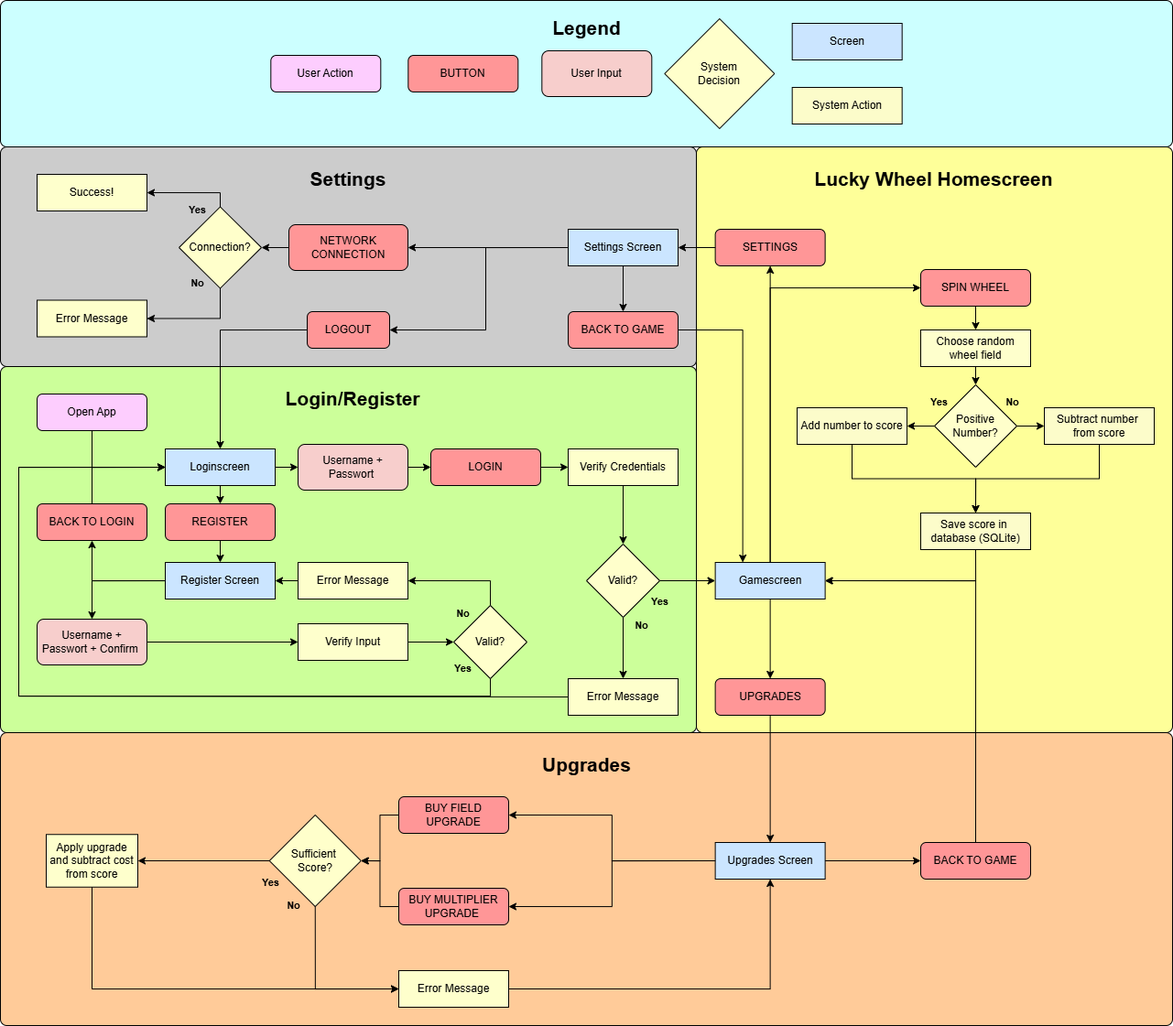
This is Final_Ablaufdiagramm_Glücksrad.png from SCREWYT/Gluecksrad, a draw.io export, as it was before one commit. Source tidied: cells renumbered, new cells last; positions are measured from the earlier drawing's top-left corner, leaving out a move shared by most shapes.
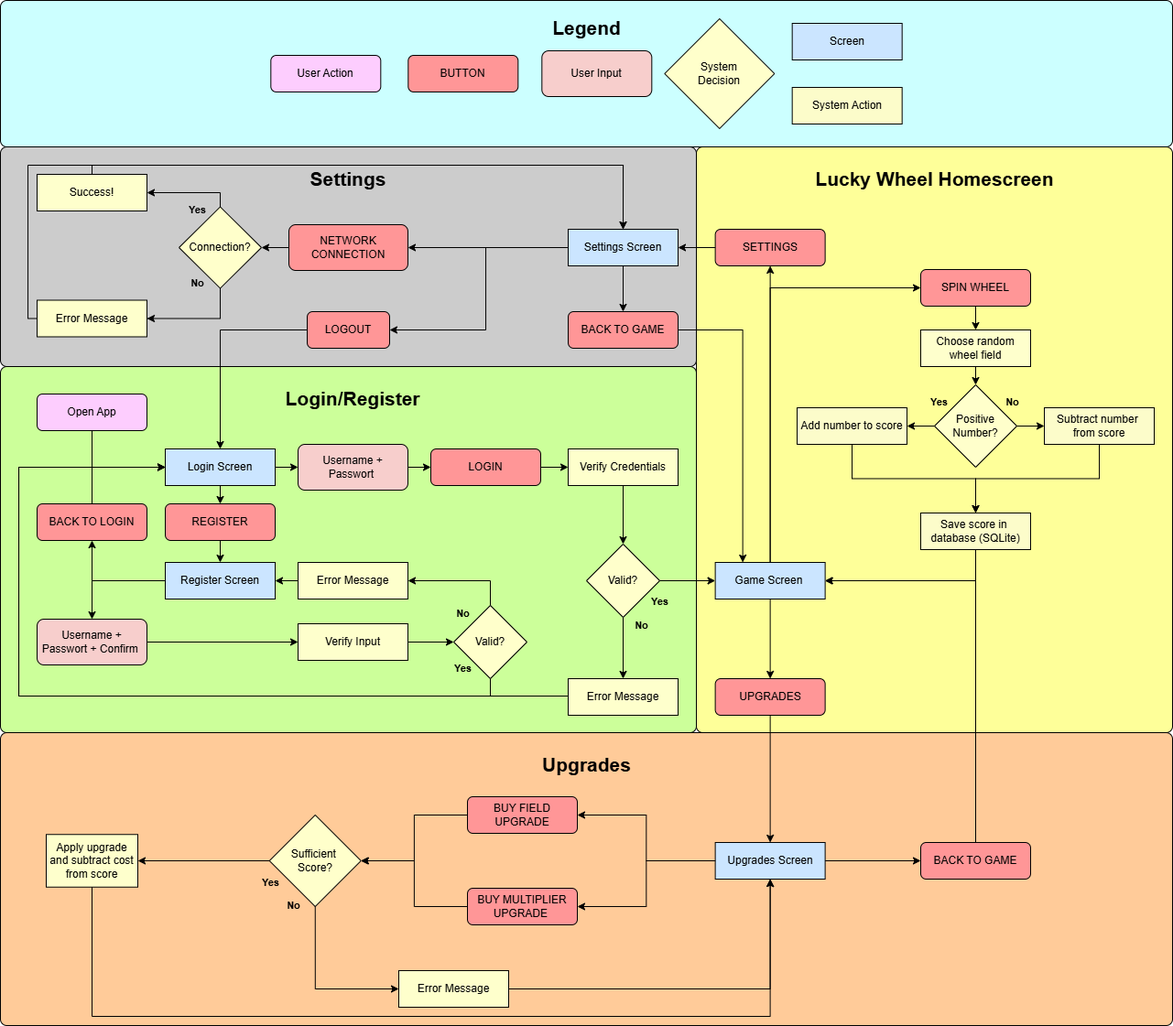
Later version of the same file.

Commit message:
Update "Final_Ablaufdiagramm_Glücksrad.png" and fix a few inconsistencies

The edit, as a diff of the source:
```diff
@@ -8,7 +8,7 @@
     <mxCell id="3" value="&lt;font&gt;Open App&lt;/font&gt;" style="rounded=1;whiteSpace=wrap;html=1;fontSize=12;glass=0;strokeWidth=1;shadow=0;fillColor=light-dark(#FFFFFF,#FDCDFE);strokeColor=light-dark(#000000,#000000);fontColor=light-dark(#000000,#000000);" parent="1" vertex="1">
       <mxGeometry x="40" y="430" width="120" height="40" as="geometry" />
     </mxCell>
-    <mxCell id="4" value="Loginscreen" style="rounded=0;whiteSpace=wrap;html=1;strokeColor=light-dark(#000000,#010101);fillColor=light-dark(#FFFFFF,#CBE5FF);fontColor=light-dark(#000000,#000000);" parent="1" vertex="1">
+    <mxCell id="4" value="Login Screen" style="rounded=0;whiteSpace=wrap;html=1;strokeColor=light-dark(#000000,#010101);fillColor=light-dark(#FFFFFF,#CBE5FF);fontColor=light-dark(#000000,#000000);" parent="1" vertex="1">
       <mxGeometry x="180" y="490" width="120" height="40" as="geometry" />
     </mxCell>
     <mxCell id="5" value="&lt;font style=&quot;color: light-dark(rgb(0, 0, 0), rgb(0, 0, 0));&quot;&gt;Login/Register&lt;/font&gt;" style="text;strokeColor=none;align=center;fillColor=none;html=1;verticalAlign=middle;whiteSpace=wrap;rounded=0;spacing=2;fontSize=21;fontStyle=1;" parent="1" vertex="1">
@@ -41,7 +41,7 @@
     <mxCell id="13" style="rounded=1;whiteSpace=wrap;html=1;absoluteArcSize=1;arcSize=14;strokeWidth=1;fillColor=light-dark(#FFFFFF,#CCCCCC);strokeColor=light-dark(#000000,#000000);" parent="1" vertex="1">
       <mxGeometry y="160" width="760" height="240" as="geometry" />
     </mxCell>
-    <mxCell id="14" value="Gamescreen" style="rounded=0;whiteSpace=wrap;html=1;strokeColor=light-dark(#000000,#010101);fillColor=light-dark(#FFFFFF,#CBE5FF);fontColor=light-dark(#000000,#000000);" parent="1" vertex="1">
+    <mxCell id="14" value="Game Screen&amp;nbsp;" style="rounded=0;whiteSpace=wrap;html=1;strokeColor=light-dark(#000000,#010101);fillColor=light-dark(#FFFFFF,#CBE5FF);fontColor=light-dark(#000000,#000000);" parent="1" vertex="1">
       <mxGeometry x="780.6" y="614" width="120" height="40" as="geometry" />
     </mxCell>
     <mxCell id="15" value="&lt;div&gt;SPIN WHEEL&lt;/div&gt;" style="rounded=1;whiteSpace=wrap;html=1;fontSize=12;glass=0;strokeWidth=1;shadow=0;fillColor=light-dark(#FFFFFF,#FF9697);strokeColor=light-dark(#000000,#000000);fontColor=light-dark(#000000,#000000);" parent="1" vertex="1">
@@ -129,7 +129,7 @@
       <mxGeometry relative="1" as="geometry" />
     </mxCell>
     <mxCell id="43" value="&lt;div&gt;BUY MULTIPLIER UPGRADE&amp;nbsp;&lt;/div&gt;" style="rounded=1;whiteSpace=wrap;html=1;fontSize=12;glass=0;strokeWidth=1;shadow=0;fillColor=light-dark(#FFFFFF,#FF9697);strokeColor=light-dark(#000000,#000000);fontColor=light-dark(#000000,#000000);" parent="1" vertex="1">
-      <mxGeometry x="435" y="970" width="120" height="40" as="geometry" />
+      <mxGeometry x="510" y="970" width="120" height="40" as="geometry" />
     </mxCell>
     <mxCell id="44" value="Apply upgrade and subtract cost from score" style="rounded=0;whiteSpace=wrap;html=1;strokeColor=light-dark(#000000,#010101);fillColor=light-dark(#FFFFFF,#FEFFCC);fontColor=light-dark(#000000,#000000);" parent="1" vertex="1">
       <mxGeometry x="50" y="911.2" width="100" height="57.5" as="geometry" />
@@ -341,7 +341,7 @@
       <mxGeometry x="195" y="290" width="40" height="30" as="geometry" />
     </mxCell>
     <mxCell id="104" value="&lt;div&gt;BUY FIELD UPGRADE&lt;/div&gt;" style="rounded=1;whiteSpace=wrap;html=1;fontSize=12;glass=0;strokeWidth=1;shadow=0;fillColor=light-dark(#FFFFFF,#FF9697);strokeColor=light-dark(#000000,#000000);fontColor=light-dark(#000000,#000000);" parent="1" vertex="1">
-      <mxGeometry x="435" y="870" width="120" height="40" as="geometry" />
+      <mxGeometry x="510" y="870" width="120" height="40" as="geometry" />
     </mxCell>
     <mxCell id="105" style="endArrow=classic;html=1;rounded=0;strokeColor=light-dark(#000000,#000000);exitX=0;exitY=0.5;exitDx=0;exitDy=0;entryX=1;entryY=0.5;entryDx=0;entryDy=0;edgeStyle=orthogonalEdgeStyle;" parent="1" edge="1" source="23" target="43">
       <mxGeometry relative="1" as="geometry" />
@@ -367,8 +367,25 @@
     <mxCell id="112" style="endArrow=classic;html=1;rounded=0;strokeColor=light-dark(#000000,#000000);exitX=0;exitY=0.5;exitDx=0;exitDy=0;edgeStyle=orthogonalEdgeStyle;entryX=1;entryY=0.5;entryDx=0;entryDy=0;exitPerimeter=0;" parent="1" edge="1" source="46" target="44">
       <mxGeometry relative="1" as="geometry" />
     </mxCell>
-    <mxCell id="113" style="endArrow=classic;html=1;rounded=0;strokeColor=light-dark(#000000,#000000);exitX=0.5;exitY=1;exitDx=0;exitDy=0;edgeStyle=orthogonalEdgeStyle;entryX=0;entryY=0.5;entryDx=0;entryDy=0;" parent="1" edge="1" source="44" target="47">
-      <mxGeometry relative="1" as="geometry" />
+    <mxCell id="113" style="endArrow=classic;html=1;rounded=0;strokeColor=light-dark(#000000,#000000);exitX=0.5;exitY=1;exitDx=0;exitDy=0;edgeStyle=orthogonalEdgeStyle;entryX=0.5;entryY=1;entryDx=0;entryDy=0;" parent="1" edge="1" source="44" target="23">
+      <mxGeometry relative="1" as="geometry">
+        <Array as="points">
+          <mxPoint x="100" y="1110" />
+          <mxPoint x="841" y="1110" />
+        </Array>
+      </mxGeometry>
     </mxCell>
+    <mxCell id="114" style="endArrow=classic;html=1;rounded=0;strokeColor=light-dark(#000000,#000000);entryX=0.5;entryY=0;entryDx=0;entryDy=0;exitX=0.5;exitY=0;exitDx=0;exitDy=0;edgeStyle=orthogonalEdgeStyle;" parent="1" edge="1" source="98" target="25">
+      <mxGeometry relative="1" as="geometry" />
+    </mxCell>
+    <mxCell id="115" style="endArrow=classic;html=1;rounded=0;strokeColor=light-dark(#000000,#000000);entryX=0.5;entryY=0;entryDx=0;entryDy=0;exitX=0;exitY=0.5;exitDx=0;exitDy=0;edgeStyle=orthogonalEdgeStyle;" parent="1" edge="1" source="99" target="25">
+      <mxGeometry relative="1" as="geometry">
+        <Array as="points">
+          <mxPoint x="30" y="347" />
+          <mxPoint x="30" y="180" />
+          <mxPoint x="680" y="180" />
+        </Array>
+      </mxGeometry>
+    </mxCell>
   </root>
 </mxGraphModel>
```
